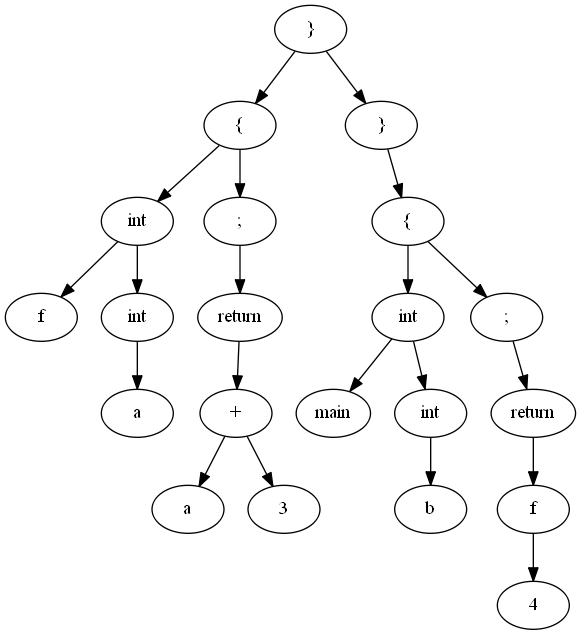
The Graphviz diagram tree.png in exucutional/proglang, before a commit. Its source is kept beside it as tree.dot.
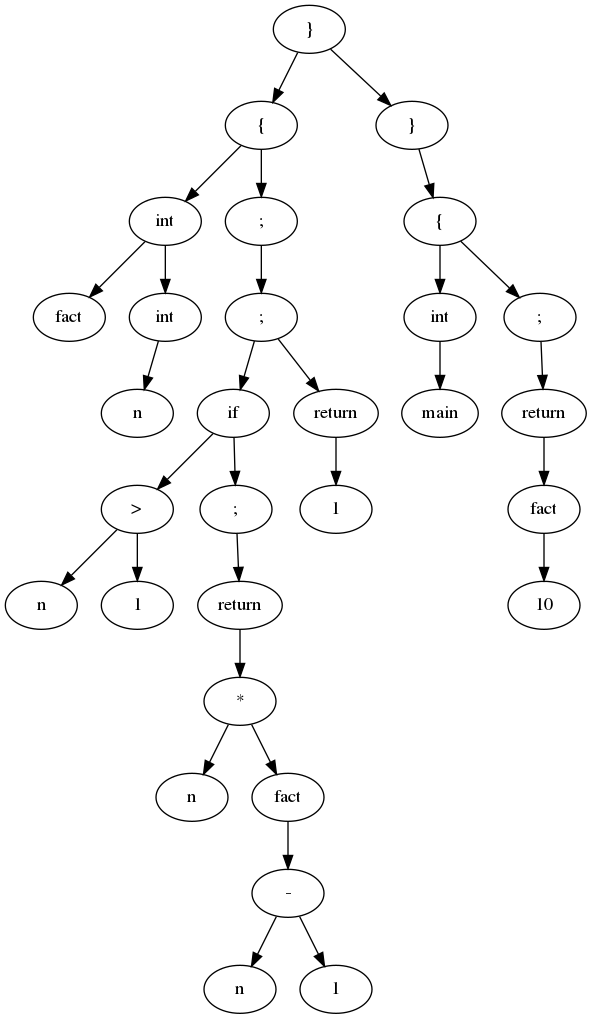
Above is the later version.

Change to the diagram source:
```diff
@@ -10,42 +10,71 @@
 5 [label=";"];
 1 -> 5;
 4 [label="int"];
-7 [label="f"];
+7 [label="fact"];
 4 -> 7;
 8 [label="int"];
 4 -> 8;
 8 [label="int"];
-10 [label="a"];
+10 [label="n"];
 8 -> 10;
 5 [label=";"];
-13 [label="return"];
+13 [label=";"];
 5 -> 13;
-13 [label="return"];
-16 [label="+"];
+13 [label=";"];
+16 [label="if"];
 13 -> 16;
-16 [label="+"];
-19 [label="a"];
+17 [label="return"];
+13 -> 17;
+16 [label="if"];
+19 [label=">"];
 16 -> 19;
-20 [label=3];
+20 [label=";"];
 16 -> 20;
+19 [label=">"];
+22 [label="n"];
+19 -> 22;
+23 [label=1];
+19 -> 23;
+20 [label=";"];
+25 [label="return"];
+20 -> 25;
+25 [label="return"];
+28 [label="*"];
+25 -> 28;
+28 [label="*"];
+31 [label="n"];
+28 -> 31;
+32 [label="fact"];
+28 -> 32;
+32 [label="fact"];
+34 [label="-"];
+32 -> 34;
+34 [label="-"];
+37 [label="n"];
+34 -> 37;
+38 [label=1];
+34 -> 38;
+17 [label="return"];
+40 [label=1];
+17 -> 40;
 2 [label="}"];
-22 [label="{"];
-2 -> 22;
-22 [label="{"];
-25 [label="int"];
-22 -> 25;
-26 [label=";"];
-22 -> 26;
-25 [label="int"];
-28 [label="main"];
-25 -> 28;
-26 [label=";"];
-31 [label="return"];
-26 -> 31;
-31 [label="return"];
-34 [label="f"];
-31 -> 34;
-34 [label="f"];
-37 [label=4];
-34 -> 37;
+43 [label="{"];
+2 -> 43;
+43 [label="{"];
+46 [label="int"];
+43 -> 46;
+47 [label=";"];
+43 -> 47;
+46 [label="int"];
+49 [label="main"];
+46 -> 49;
+47 [label=";"];
+52 [label="return"];
+47 -> 52;
+52 [label="return"];
+55 [label="fact"];
+52 -> 55;
+55 [label="fact"];
+58 [label=10];
+55 -> 58;
 }
```
